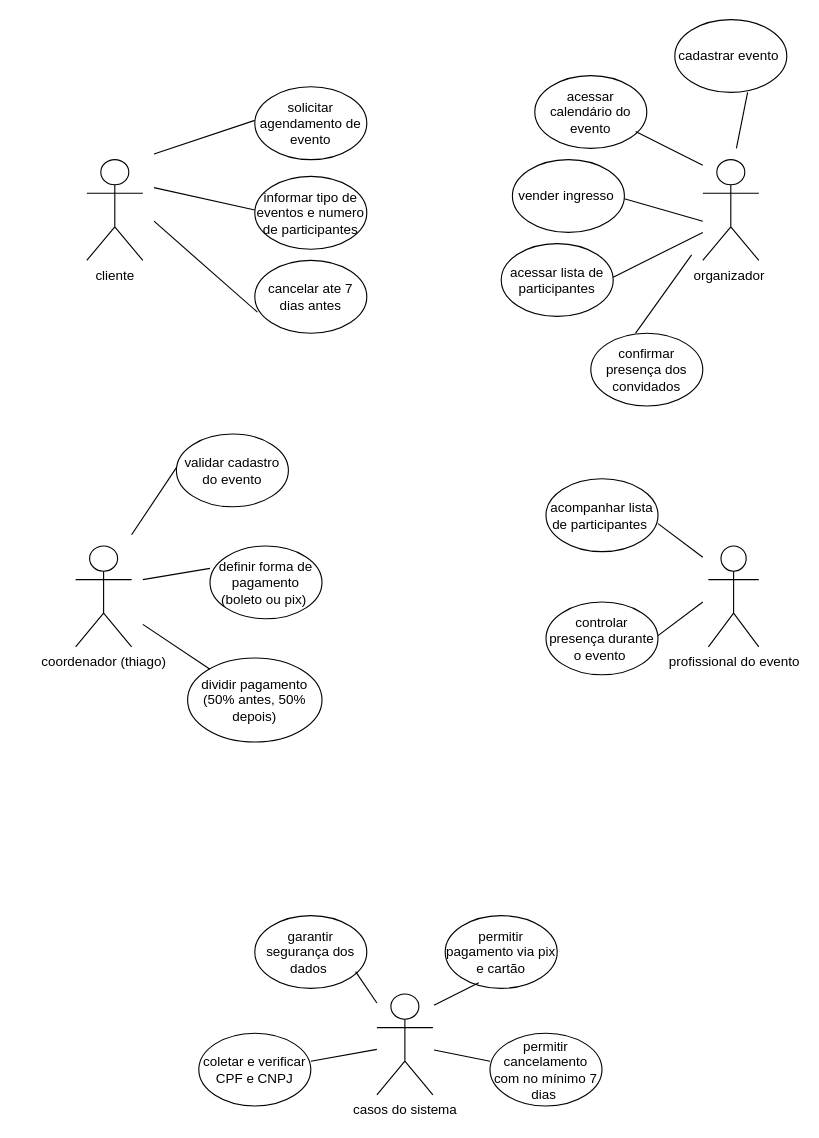
This is diagramaaula.drawio from brenndabhhe/diagramasderequisitos-, a draw.io file, before an edit. Source tidied: cells renumbered, new cells numbered last; positions are measured from the earlier drawing's top-left corner, leaving out a move shared by most shapes. Both pictures are drawn from the tidied source at 112%, with x=0, y=0 at pixel (75, 19).
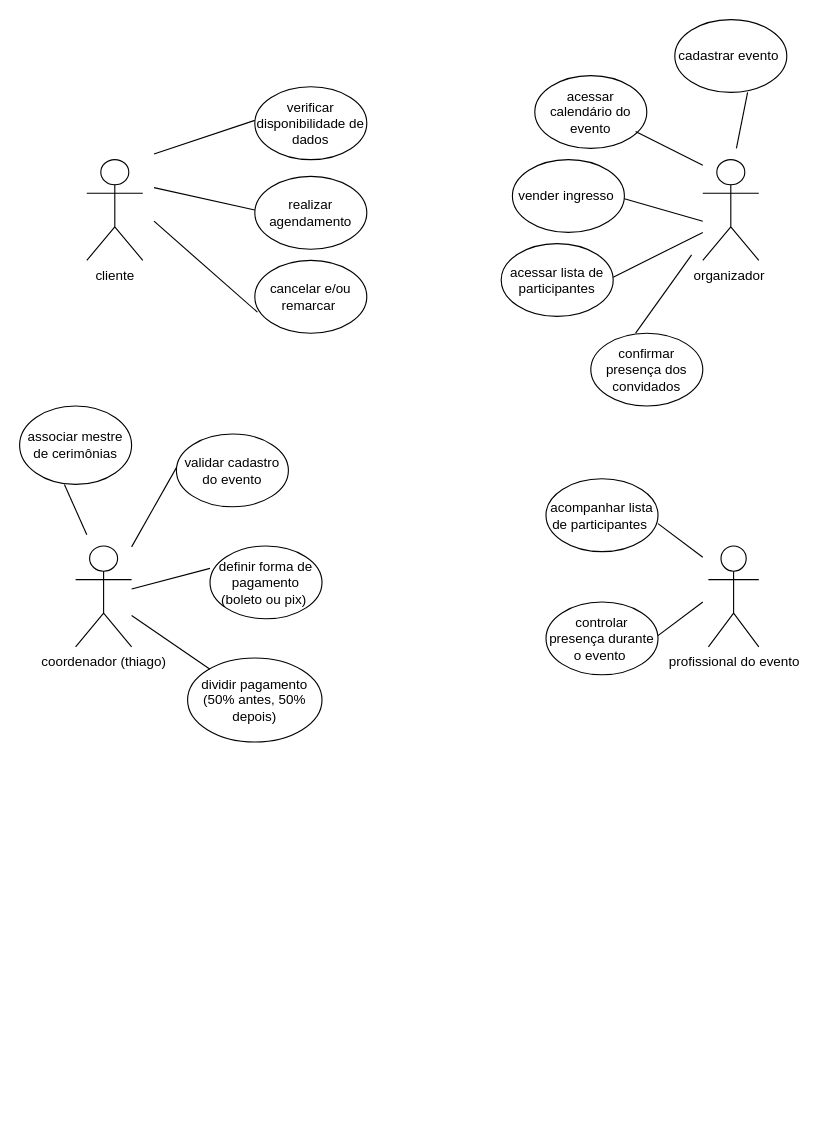
The same page after the edit.

The change refers to these unchanged cells:
```xml
<mxCell id="15" value="coordenador (thiago)" style="shape=umlActor;verticalLabelPosition=bottom;verticalAlign=top;html=1;outlineConnect=0;" parent="1" vertex="1">
  <mxGeometry y="470" width="50" height="90" as="geometry" />
</mxCell>
```

Change to the diagram source:
```diff
@@
-    <mxCell id="3" value="solicitar agendamento de evento" style="ellipse;whiteSpace=wrap;html=1;" parent="1" vertex="1">
+    <mxCell id="3" value="verificar disponibilidade de dados" style="ellipse;whiteSpace=wrap;html=1;" parent="1" vertex="1">
       <mxGeometry x="160" y="60" width="100" height="65" as="geometry" />
     </mxCell>
-    <mxCell id="4" value="informar tipo de eventos e numero de participantes" style="ellipse;whiteSpace=wrap;html=1;" parent="1" vertex="1">
+    <mxCell id="4" value="realizar agendamento" style="ellipse;whiteSpace=wrap;html=1;" parent="1" vertex="1">
       <mxGeometry x="160" y="140" width="100" height="65" as="geometry" />
     </mxCell>
-    <mxCell id="5" value="cancelar ate 7 dias antes" style="ellipse;whiteSpace=wrap;html=1;" parent="1" vertex="1">
+    <mxCell id="5" value="cancelar e/ou remarcar&amp;nbsp;" style="ellipse;whiteSpace=wrap;html=1;" parent="1" vertex="1">
       <mxGeometry x="160" y="215" width="100" height="65" as="geometry" />
     </mxCell>
@@
-    <mxCell id="19" style="endArrow=none;html=1;rounded=0;" parent="1" edge="1">
+    <mxCell id="19" style="endArrow=none;html=1;rounded=0;" parent="1" edge="1" source="15">
       <mxGeometry relative="1" as="geometry">
-        <mxPoint x="50" y="460" as="sourcePoint" />
         <mxPoint x="90" y="400" as="targetPoint" />
       </mxGeometry>
     </mxCell>
-    <mxCell id="20" style="endArrow=none;html=1;rounded=0;" parent="1" edge="1">
+    <mxCell id="20" style="endArrow=none;html=1;rounded=0;" parent="1" edge="1" source="15">
       <mxGeometry relative="1" as="geometry">
-        <mxPoint x="60" y="500" as="sourcePoint" />
         <mxPoint x="120" y="490" as="targetPoint" />
       </mxGeometry>
     </mxCell>
-    <mxCell id="21" style="endArrow=none;html=1;rounded=0;" parent="1" edge="1">
+    <mxCell id="21" style="endArrow=none;html=1;rounded=0;" parent="1" edge="1" source="15">
       <mxGeometry relative="1" as="geometry">
-        <mxPoint x="60" y="540" as="sourcePoint" />
         <mxPoint x="120" y="580" as="targetPoint" />
       </mxGeometry>
     </mxCell>
@@
-    <mxCell id="32" value="casos do sistema" style="shape=umlActor;verticalLabelPosition=bottom;verticalAlign=top;html=1;outlineConnect=0;" parent="1" vertex="1">
-      <mxGeometry x="269" y="870" width="50" height="90" as="geometry" />
-    </mxCell>
-    <mxCell id="33" value="coletar e verificar CPF e CNPJ" style="ellipse;whiteSpace=wrap;html=1;" parent="1" vertex="1">
-      <mxGeometry x="110" y="905" width="100" height="65" as="geometry" />
-    </mxCell>
-    <mxCell id="34" value="garantir segurança dos dados&amp;nbsp;" style="ellipse;whiteSpace=wrap;html=1;" parent="1" vertex="1">
-      <mxGeometry x="160" y="800" width="100" height="65" as="geometry" />
-    </mxCell>
-    <mxCell id="35" value="permitir pagamento via pix e cartão" style="ellipse;whiteSpace=wrap;html=1;" parent="1" vertex="1">
-      <mxGeometry x="330" y="800" width="100" height="65" as="geometry" />
-    </mxCell>
-    <mxCell id="36" value="permitir cancelamento com no mínimo 7 dias&amp;nbsp;" style="ellipse;whiteSpace=wrap;html=1;" parent="1" vertex="1">
-      <mxGeometry x="370" y="905" width="100" height="65" as="geometry" />
-    </mxCell>
-    <mxCell id="37" style="endArrow=none;html=1;rounded=0;" parent="1" edge="1">
-      <mxGeometry relative="1" as="geometry">
-        <mxPoint x="320" y="880" as="sourcePoint" />
-        <mxPoint x="360" y="860" as="targetPoint" />
-      </mxGeometry>
-    </mxCell>
-    <mxCell id="38" style="endArrow=none;html=1;rounded=0;" parent="1" edge="1">
-      <mxGeometry relative="1" as="geometry">
-        <mxPoint x="320" y="920" as="sourcePoint" />
-        <mxPoint x="370" y="930" as="targetPoint" />
-      </mxGeometry>
-    </mxCell>
-    <mxCell id="39" style="endArrow=none;html=1;rounded=0;" parent="1" edge="1" target="32">
-      <mxGeometry relative="1" as="geometry">
-        <mxPoint x="250" y="850" as="sourcePoint" />
-      </mxGeometry>
-    </mxCell>
-    <mxCell id="40" style="endArrow=none;html=1;rounded=0;" parent="1" edge="1" target="32">
-      <mxGeometry relative="1" as="geometry">
-        <mxPoint x="210" y="930" as="sourcePoint" />
-      </mxGeometry>
-    </mxCell>
+    <mxCell id="41" value="associar mestre de cerimônias" style="ellipse;whiteSpace=wrap;html=1;" parent="1" vertex="1">
+      <mxGeometry x="-50" y="345" width="100" height="70" as="geometry" />
+    </mxCell>
+    <mxCell id="42" style="endArrow=none;html=1;rounded=0;" parent="1" edge="1">
+      <mxGeometry relative="1" as="geometry">
+        <mxPoint x="10" y="460" as="sourcePoint" />
+        <mxPoint x="-10" y="415" as="targetPoint" />
+      </mxGeometry>
+    </mxCell>
```
